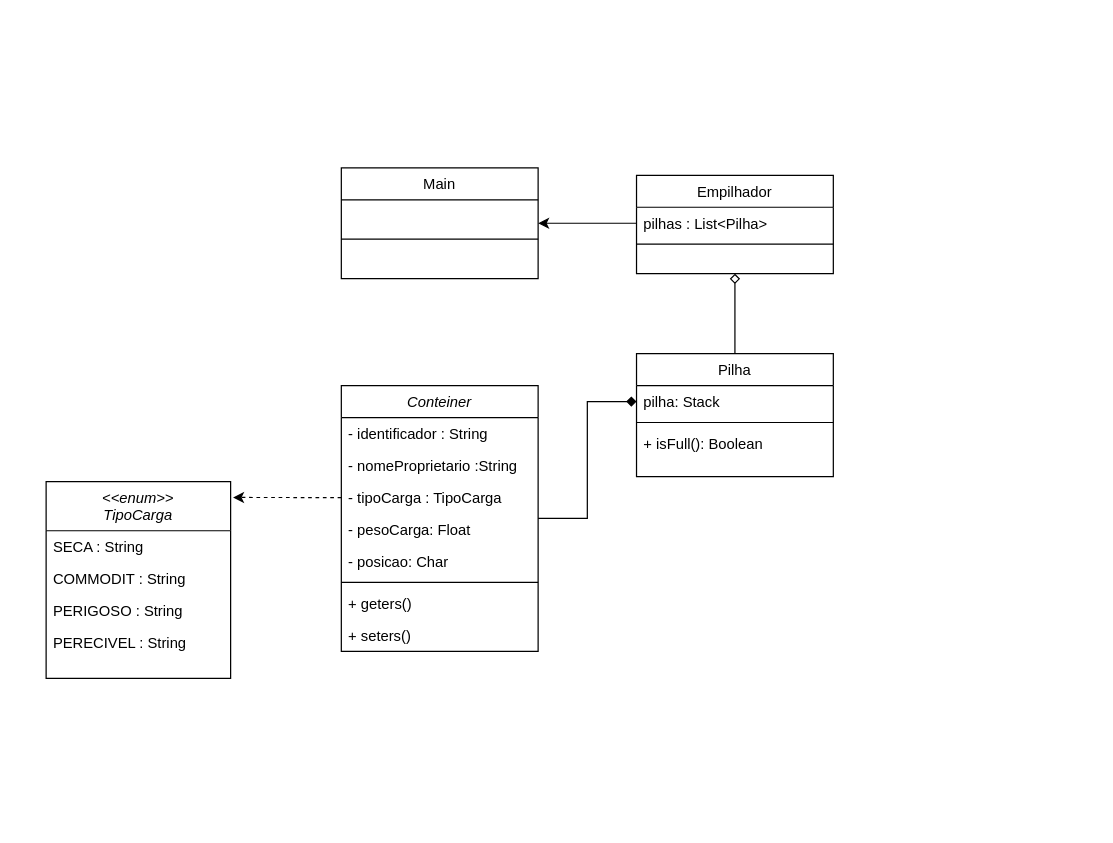
The draw.io diagram EmpilhamentoConteiners.drawio in sergiomnds/projeto_lp2, before the edit. Source tidied: cells renumbered, new cells numbered last; positions are measured from the earlier drawing's top-left corner, leaving out a move shared by most shapes. Both pictures are drawn from the tidied source at 123%, with x=0, y=0 at pixel (46, 167).
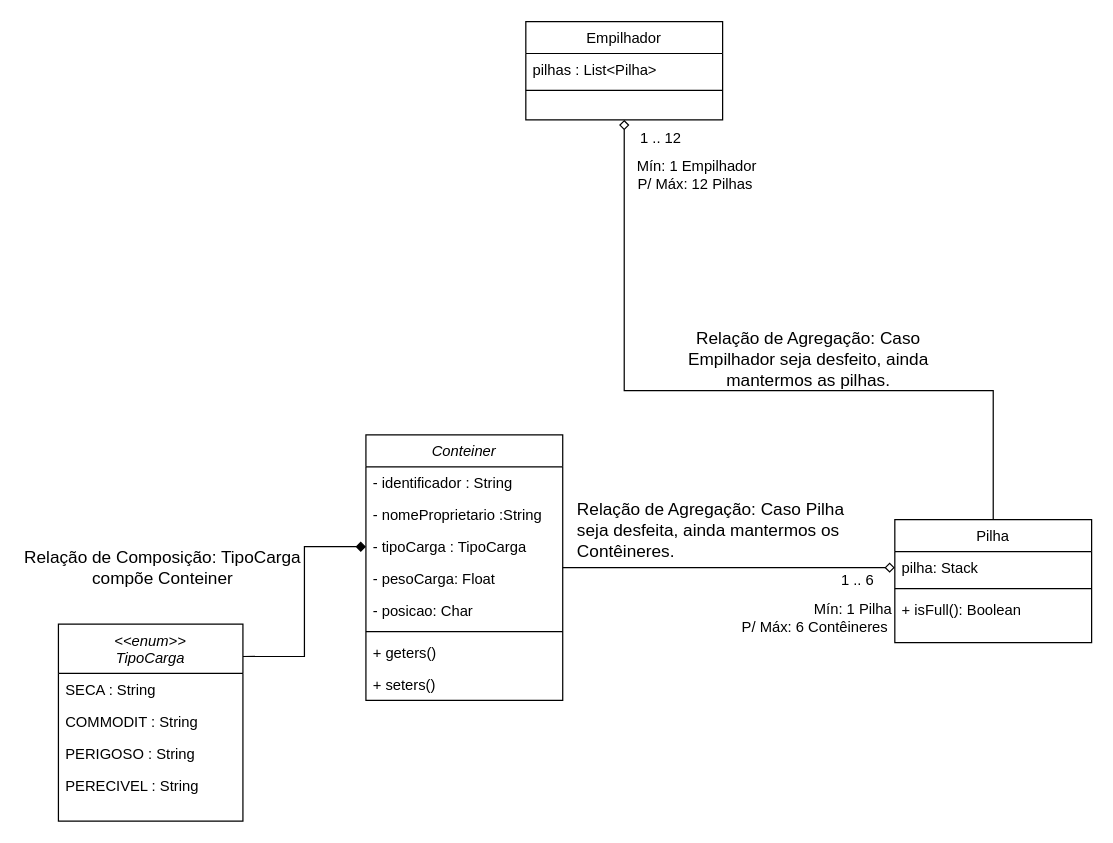
The same page after the edit.

Commit message:
novas relações de classe com mais detalhes

Unchanged cells that the change refers to:
```xml
<mxCell id="6" value="- tipoCarga : TipoCarga" style="text;align=left;verticalAlign=top;spacingLeft=4;spacingRight=4;overflow=hidden;points=[[0,0.5],[1,0.5]];portConstraint=eastwest;rounded=0;shadow=0;html=0;" parent="3" vertex="1">
  <mxGeometry y="78" width="160" height="26" as="geometry" />
</mxCell>
<mxCell id="15" value="pilhas : List&lt;Pilha&gt;" style="text;align=left;verticalAlign=top;spacingLeft=4;spacingRight=4;overflow=hidden;points=[[0,0.5],[1,0.5]];portConstraint=eastwest;" parent="14" vertex="1">
  <mxGeometry y="26" width="160" height="26" as="geometry" />
</mxCell>
<mxCell id="24" value="pilha: Stack" style="text;align=left;verticalAlign=top;spacingLeft=4;spacingRight=4;overflow=hidden;points=[[0,0.5],[1,0.5]];portConstraint=eastwest;" parent="23" vertex="1">
  <mxGeometry y="26" width="160" height="26" as="geometry" />
</mxCell>
```

Diff of the diagram source:
```diff
@@
-    <mxCell id="2" style="edgeStyle=orthogonalEdgeStyle;rounded=0;jettySize=auto;html=1;entryX=0;entryY=0.5;entryDx=0;entryDy=0;endArrow=diamond;endFill=1;" parent="1" edge="1" source="3" target="24">
+    <mxCell id="2" style="edgeStyle=orthogonalEdgeStyle;rounded=0;jettySize=auto;html=1;entryX=0;entryY=0.5;entryDx=0;entryDy=0;endArrow=diamond;endFill=0;" parent="1" edge="1" source="3" target="24">
       <mxGeometry relative="1" as="geometry" />
     </mxCell>
     <mxCell id="3" value="Conteiner" style="swimlane;fontStyle=2;align=center;verticalAlign=top;horizontal=1;startSize=26;rounded=0;shadow=0;strokeWidth=1;" parent="1" vertex="1">
-      <mxGeometry x="240" y="177" width="160" height="216" as="geometry" />
+      <mxGeometry x="260" y="217" width="160" height="216" as="geometry" />
     </mxCell>
@@
-    <mxCell id="12" value="Main" style="swimlane;fontStyle=0;align=center;verticalAlign=top;horizontal=1;startSize=26;rounded=0;shadow=0;strokeWidth=1;" parent="1" vertex="1">
-      <mxGeometry x="240" width="160" height="90" as="geometry" />
-    </mxCell>
-    <mxCell id="13" style="line;html=1;strokeWidth=1;align=left;verticalAlign=middle;spacingTop=-1;spacingLeft=3;spacingRight=3;labelPosition=right;" parent="12" vertex="1">
-      <mxGeometry y="26" width="160" height="64" as="geometry" />
-    </mxCell>
     <mxCell id="14" value="Empilhador" style="swimlane;fontStyle=0;align=center;verticalAlign=top;horizontal=1;startSize=26;rounded=0;shadow=0;strokeWidth=1;" parent="1" vertex="1">
-      <mxGeometry x="480" y="6" width="160" height="80" as="geometry" />
+      <mxGeometry x="390" y="-119" width="160" height="80" as="geometry" />
     </mxCell>
@@
+    <mxCell id="29" style="edgeStyle=orthogonalEdgeStyle;rounded=0;jettySize=auto;html=1;exitX=1;exitY=0.164;exitDx=0;exitDy=0;entryX=0;entryY=0.5;entryDx=0;entryDy=0;endArrow=diamond;endFill=1;exitPerimeter=0;" parent="1" edge="1" source="17" target="6">
+      <mxGeometry relative="1" as="geometry" />
+    </mxCell>
     <mxCell id="17" value="&lt;&lt;enum&gt;&gt;&#10;TipoCarga" style="swimlane;fontStyle=2;align=center;verticalAlign=top;horizontal=1;startSize=40;rounded=0;shadow=0;strokeWidth=1;" parent="1" vertex="1">
-      <mxGeometry y="255" width="150" height="160" as="geometry" />
+      <mxGeometry x="10" y="371" width="150" height="160" as="geometry" />
     </mxCell>
@@
     <mxCell id="22" style="edgeStyle=orthogonalEdgeStyle;rounded=0;jettySize=auto;html=1;entryX=0.5;entryY=1;entryDx=0;entryDy=0;endArrow=diamond;endFill=0;" parent="1" edge="1" source="23" target="14">
-      <mxGeometry relative="1" as="geometry" />
+      <mxGeometry relative="1" as="geometry">
+        <Array as="points">
+          <mxPoint x="770" y="181" />
+          <mxPoint x="470" y="181" />
+          <mxPoint x="470" y="-39" />
+        </Array>
+      </mxGeometry>
     </mxCell>
     <mxCell id="23" value="Pilha" style="swimlane;fontStyle=0;align=center;verticalAlign=top;horizontal=1;startSize=26;rounded=0;shadow=0;strokeWidth=1;" parent="1" vertex="1">
-      <mxGeometry x="480" y="151" width="160" height="100" as="geometry" />
+      <mxGeometry x="690" y="286" width="160" height="100" as="geometry" />
     </mxCell>
@@
-    <mxCell id="27" style="edgeStyle=orthogonalEdgeStyle;rounded=0;jettySize=auto;html=1;exitX=0;exitY=0.5;exitDx=0;exitDy=0;entryX=1;entryY=0.5;entryDx=0;entryDy=0;" parent="1" edge="1" source="15" target="12">
-      <mxGeometry relative="1" as="geometry" />
-    </mxCell>
-    <mxCell id="28" style="edgeStyle=orthogonalEdgeStyle;rounded=0;jettySize=auto;html=1;exitX=0;exitY=0.5;exitDx=0;exitDy=0;entryX=1.013;entryY=0.081;entryDx=0;entryDy=0;entryPerimeter=0;endArrow=classic;endFill=1;dashed=1;" parent="1" edge="1" source="6" target="17">
-      <mxGeometry relative="1" as="geometry" />
-    </mxCell>
+    <mxCell id="30" value="Relação de Agregação: Caso Empilhador seja desfeito, ainda mantermos as pilhas." style="text;html=1;strokeColor=none;fillColor=none;align=center;verticalAlign=middle;whiteSpace=wrap;rounded=0;fontSize=14;" parent="1" vertex="1">
+      <mxGeometry x="520" y="141" width="200" height="30" as="geometry" />
+    </mxCell>
+    <mxCell id="31" value="1 .. 6" style="text;html=1;strokeColor=none;fillColor=none;align=center;verticalAlign=middle;whiteSpace=wrap;rounded=0;" parent="1" vertex="1">
+      <mxGeometry x="630" y="321" width="60" height="30" as="geometry" />
+    </mxCell>
+    <mxCell id="32" value="Mín: 1 Pilha&lt;br&gt;P/ Máx: 6 Contêineres&amp;nbsp;" style="text;html=1;strokeColor=none;fillColor=none;align=right;verticalAlign=middle;whiteSpace=wrap;rounded=0;" parent="1" vertex="1">
+      <mxGeometry x="550" y="351" width="140" height="30" as="geometry" />
+    </mxCell>
+    <mxCell id="33" value="1 .. 12" style="text;html=1;strokeColor=none;fillColor=none;align=center;verticalAlign=middle;whiteSpace=wrap;rounded=0;" parent="1" vertex="1">
+      <mxGeometry x="470" y="-39" width="60" height="30" as="geometry" />
+    </mxCell>
+    <mxCell id="34" value="Mín: 1 Empilhador&lt;br&gt;P/ Máx: 12 Pilhas&amp;nbsp;" style="text;html=1;strokeColor=none;fillColor=none;align=right;verticalAlign=middle;whiteSpace=wrap;rounded=0;" parent="1" vertex="1">
+      <mxGeometry x="440" y="-9" width="140" height="30" as="geometry" />
+    </mxCell>
+    <mxCell id="35" value="Relação de Agregação: Caso Pilha seja desfeita, ainda mantermos os Contêineres." style="text;html=1;strokeColor=none;fillColor=none;align=left;verticalAlign=middle;whiteSpace=wrap;rounded=0;fontSize=14;" parent="1" vertex="1">
+      <mxGeometry x="430" y="280" width="230" height="30" as="geometry" />
+    </mxCell>
+    <mxCell id="36" value="Relação de Composição: TipoCarga compõe Conteiner" style="text;html=1;strokeColor=none;fillColor=none;align=center;verticalAlign=middle;whiteSpace=wrap;rounded=0;fontSize=14;" parent="1" vertex="1">
+      <mxGeometry x="-20" y="310" width="230" height="30" as="geometry" />
+    </mxCell>
```
